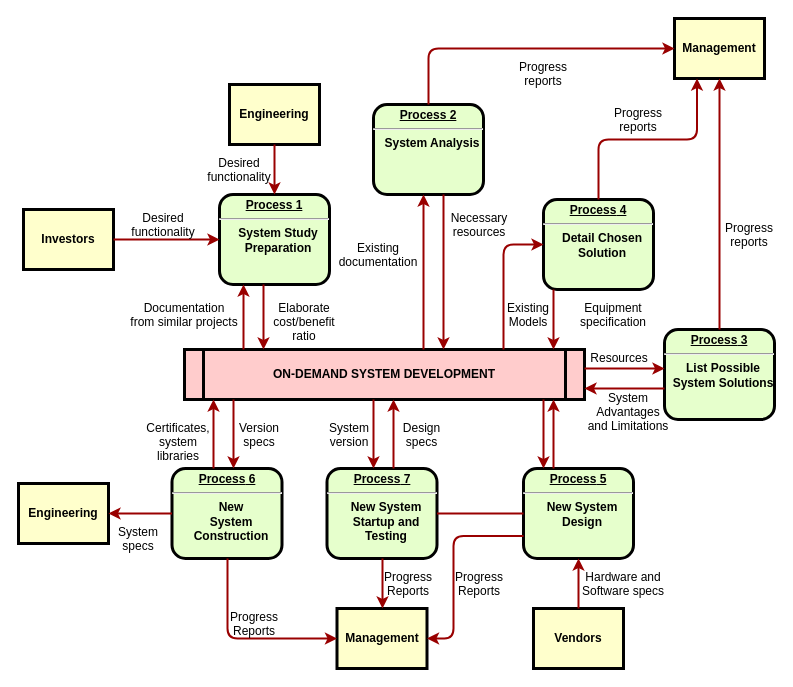
This is sti/Untitled Diagram.drawio from thiagogomesverissimo/diagrams, a draw.io file, before an edit. Source tidied: cells renumbered, new cells numbered last; positions are measured from the earlier drawing's top-left corner, leaving out a move shared by most shapes. Both pictures are drawn from the tidied source at 100%, with x=0, y=0 at pixel (18, 18).
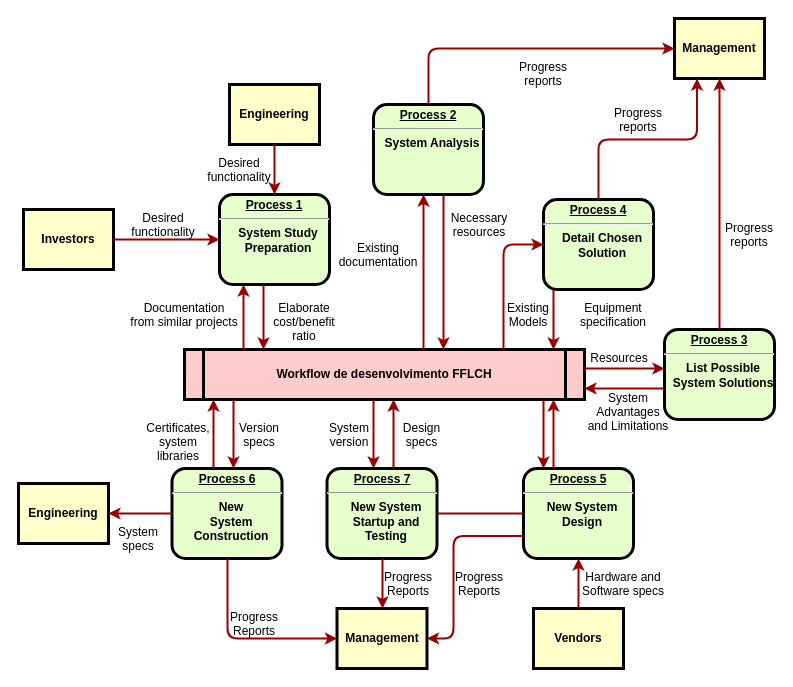
The same diagram, later.

Change to the diagram source:
```diff
@@
-    <mxCell id="5" value="ON-DEMAND SYSTEM DEVELOPMENT" style="shape=process;whiteSpace=wrap;align=center;verticalAlign=middle;size=0.0475;fontStyle=1;strokeWidth=3;fillColor=#FFCCCC;" parent="1" vertex="1">
+    <mxCell id="5" value="Workflow de desenvolvimento FFLCH" style="shape=process;whiteSpace=wrap;align=center;verticalAlign=middle;size=0.0475;fontStyle=1;strokeWidth=3;fillColor=#FFCCCC;" parent="1" vertex="1">
       <mxGeometry x="166" y="331" width="400" height="50" as="geometry" />
     </mxCell>
```
